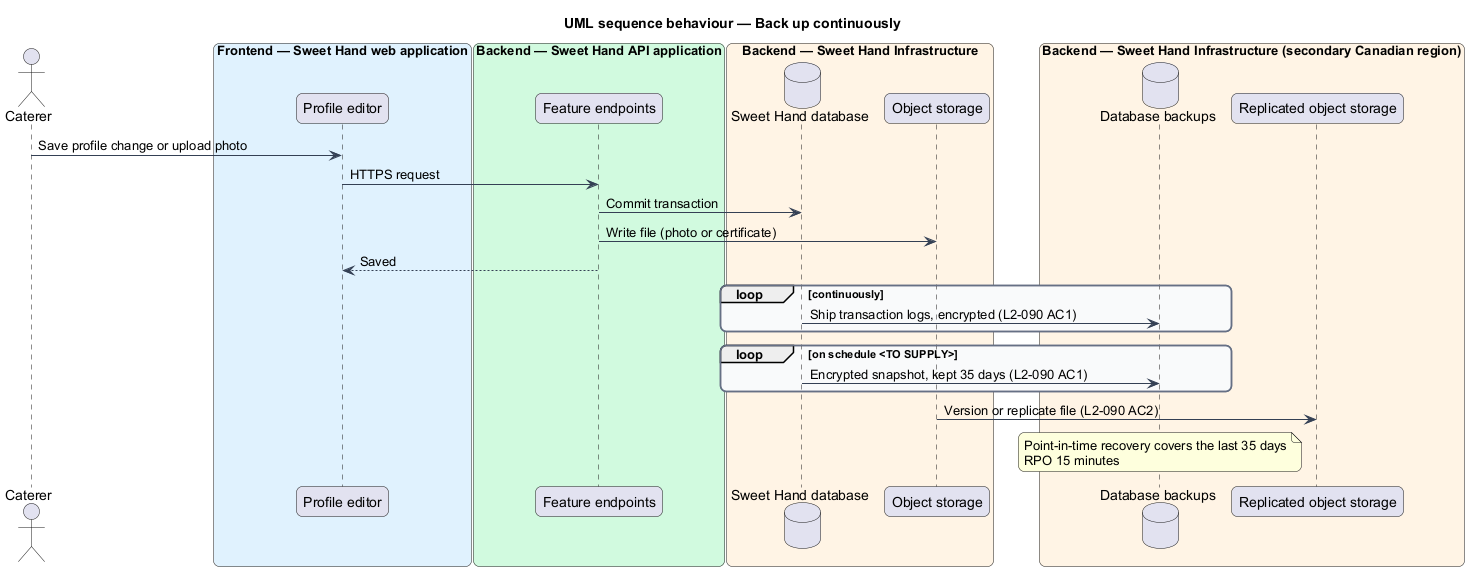
Above: docs/detailed-designs/platform/back-up-and-recover/diagrams/sequence-back-up-continuously.png in QuinntyneBrown/sweet-hand (PlantUML), before the change.
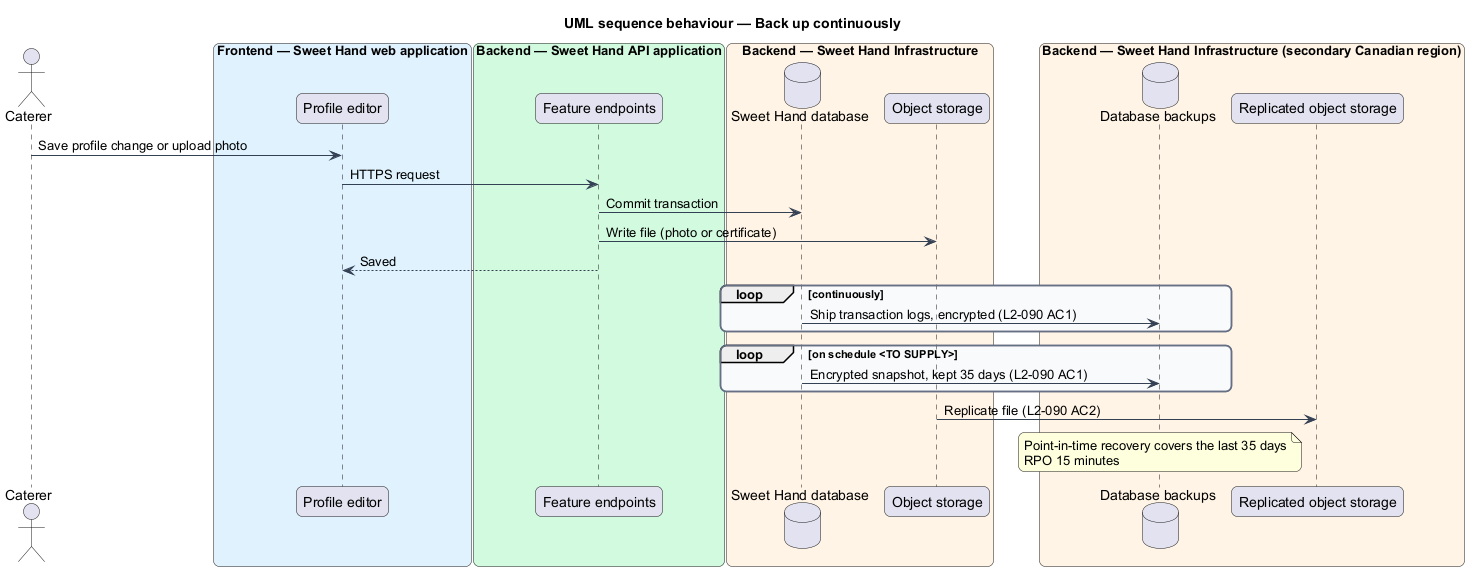
The same file after the commit.

Diff of the diagram source:
```diff
@@ -40,6 +40,6 @@
 loop on schedule <TO SUPPLY>
   db -> dbbackup : Encrypted snapshot, kept 35 days (L2-090 AC1)
 end
-storage -> replica : Version or replicate file (L2-090 AC2)
+storage -> replica : Replicate file (L2-090 AC2)
 note over dbbackup : Point-in-time recovery covers the last 35 days\nRPO 15 minutes
 @enduml
```
